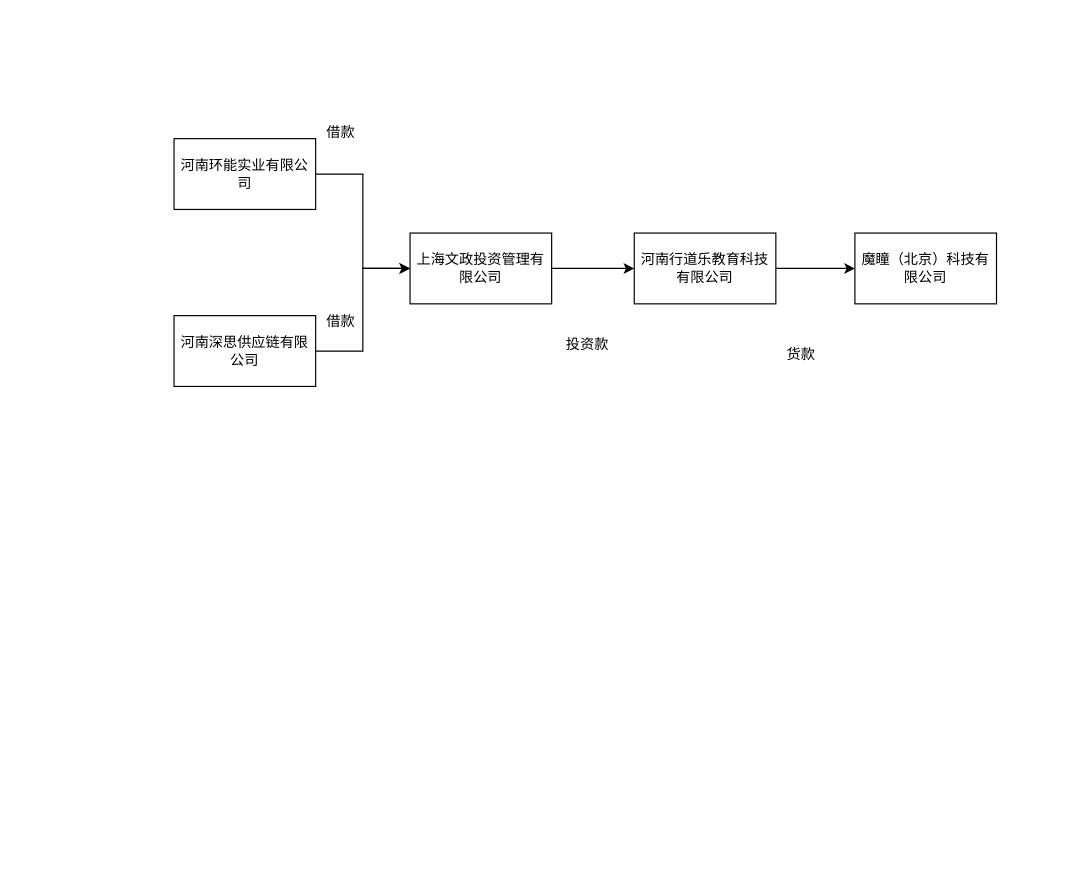
Above: 未命名绘图.drawio in yueyang2009/Chinese-law (draw.io), before the change. Source tidied: cells renumbered, new cells numbered last; positions are measured from the earlier drawing's top-left corner, leaving out a move shared by most shapes. Both pictures are drawn from the tidied source at 118%, with x=0, y=0 at pixel (173, 114).
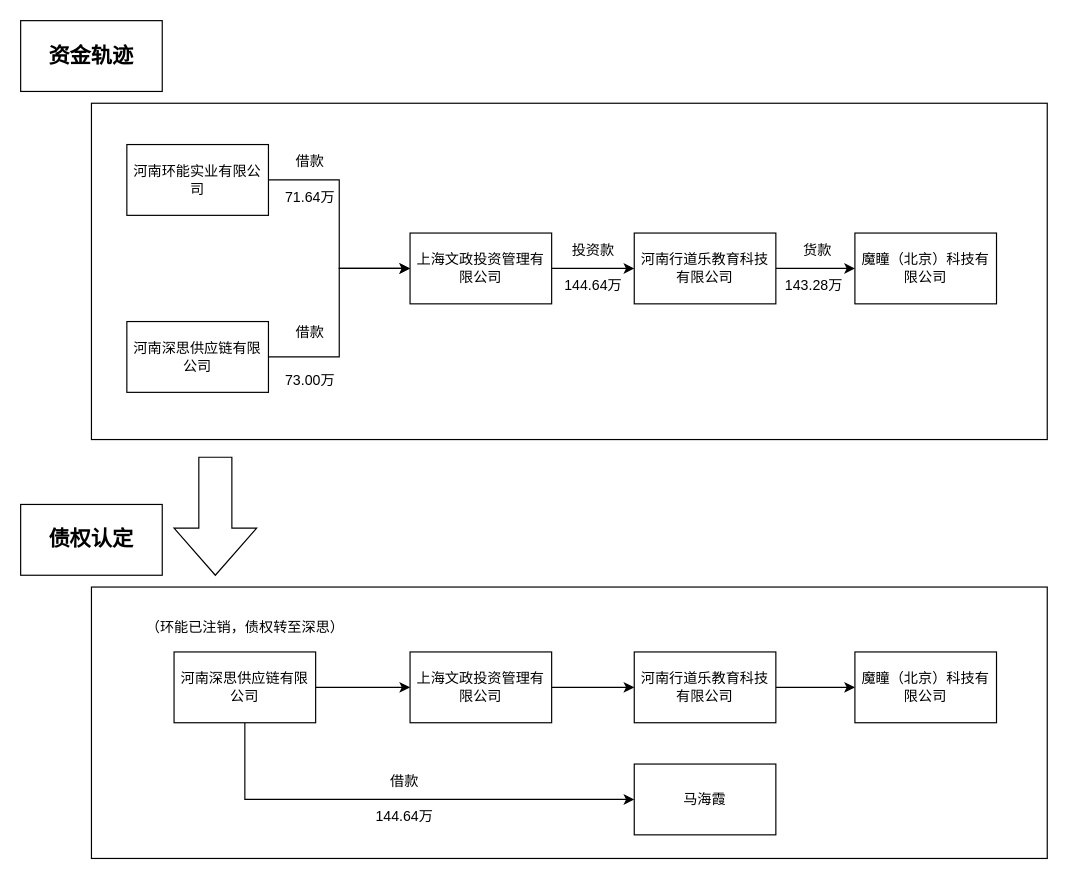
After the change.

Commit message (it also covers changes not shown here):
更新未命名绘图.drawio

Diff of the diagram source:
```diff
@@
+    <mxCell id="15" style="rounded=0;whiteSpace=wrap;html=1;" parent="1" vertex="1">
+      <mxGeometry x="-70" y="400" width="810" height="230" as="geometry" />
+    </mxCell>
+    <mxCell id="16" style="rounded=0;whiteSpace=wrap;html=1;" parent="1" vertex="1">
+      <mxGeometry x="-70" y="-10" width="810" height="285" as="geometry" />
+    </mxCell>
@@
-    <mxCell id="3" value="河南环能实业有限公司" style="rounded=0;whiteSpace=wrap;html=1;" parent="1" vertex="1">
-      <mxGeometry y="20" width="120" height="60" as="geometry" />
+    <mxCell id="3" value="河南环能实业有限公司&lt;br&gt;" style="rounded=0;whiteSpace=wrap;html=1;" parent="1" vertex="1">
+      <mxGeometry x="-40" y="25" width="120" height="60" as="geometry" />
     </mxCell>
@@
     <mxCell id="5" value="河南深思供应链有限公司" style="rounded=0;whiteSpace=wrap;html=1;" parent="1" vertex="1">
-      <mxGeometry y="170" width="120" height="60" as="geometry" />
+      <mxGeometry x="-40" y="175" width="120" height="60" as="geometry" />
     </mxCell>
@@
     <mxCell id="11" value="投资款" style="text;html=1;align=center;verticalAlign=middle;strokeColor=none;fillColor=none;" parent="1" vertex="1">
-      <mxGeometry x="320" y="180" width="60" height="30" as="geometry" />
+      <mxGeometry x="325" y="100" width="60" height="30" as="geometry" />
     </mxCell>
     <mxCell id="12" value="货款" style="text;html=1;align=center;verticalAlign=middle;strokeColor=none;fillColor=none;" parent="1" vertex="1">
-      <mxGeometry x="506" y="188" width="50" height="30" as="geometry" />
+      <mxGeometry x="520" y="100" width="50" height="30" as="geometry" />
     </mxCell>
     <mxCell id="13" value="借款" style="text;html=1;align=center;verticalAlign=middle;strokeColor=none;fillColor=none;" parent="1" vertex="1">
-      <mxGeometry x="116" y="160" width="50" height="30" as="geometry" />
+      <mxGeometry x="90" y="170" width="50" height="30" as="geometry" />
     </mxCell>
     <mxCell id="14" value="借款" style="text;html=1;align=center;verticalAlign=middle;strokeColor=none;fillColor=none;" parent="1" vertex="1">
-      <mxGeometry x="116" width="50" height="30" as="geometry" />
+      <mxGeometry x="90" y="25" width="50" height="30" as="geometry" />
     </mxCell>
+    <mxCell id="17" value="71.64万" style="text;html=1;align=center;verticalAlign=middle;strokeColor=none;fillColor=none;" parent="1" vertex="1">
+      <mxGeometry x="80" y="55" width="70" height="30" as="geometry" />
+    </mxCell>
+    <mxCell id="18" value="73.00万" style="text;html=1;align=center;verticalAlign=middle;strokeColor=none;fillColor=none;" parent="1" vertex="1">
+      <mxGeometry x="80" y="210" width="70" height="30" as="geometry" />
+    </mxCell>
+    <mxCell id="19" value="144.64万" style="text;html=1;align=center;verticalAlign=middle;strokeColor=none;fillColor=none;" parent="1" vertex="1">
+      <mxGeometry x="320" y="130" width="70" height="30" as="geometry" />
+    </mxCell>
+    <mxCell id="20" value="143.28万" style="text;html=1;align=center;verticalAlign=middle;strokeColor=none;fillColor=none;" parent="1" vertex="1">
+      <mxGeometry x="507" y="130" width="70" height="30" as="geometry" />
+    </mxCell>
+    <mxCell id="21" style="edgeStyle=orthogonalEdgeStyle;rounded=0;jettySize=auto;html=1;exitX=1;exitY=0.5;exitDx=0;exitDy=0;entryX=0;entryY=0.5;entryDx=0;entryDy=0;" parent="1" edge="1" source="23" target="25">
+      <mxGeometry relative="1" as="geometry" />
+    </mxCell>
+    <mxCell id="22" style="edgeStyle=orthogonalEdgeStyle;rounded=0;jettySize=auto;html=1;exitX=0.5;exitY=1;exitDx=0;exitDy=0;entryX=0;entryY=0.5;entryDx=0;entryDy=0;" parent="1" edge="1" source="23" target="34">
+      <mxGeometry relative="1" as="geometry" />
+    </mxCell>
+    <mxCell id="23" value="河南深思供应链有限公司" style="rounded=0;whiteSpace=wrap;html=1;" parent="1" vertex="1">
+      <mxGeometry y="455" width="120" height="60" as="geometry" />
+    </mxCell>
+    <mxCell id="24" style="edgeStyle=orthogonalEdgeStyle;rounded=0;jettySize=auto;html=1;exitX=1;exitY=0.5;exitDx=0;exitDy=0;entryX=0;entryY=0.5;entryDx=0;entryDy=0;" parent="1" edge="1" source="25" target="27">
+      <mxGeometry relative="1" as="geometry" />
+    </mxCell>
+    <mxCell id="25" value="上海文政投资管理有限公司" style="rounded=0;whiteSpace=wrap;html=1;" parent="1" vertex="1">
+      <mxGeometry x="200" y="455" width="120" height="60" as="geometry" />
+    </mxCell>
+    <mxCell id="26" style="edgeStyle=orthogonalEdgeStyle;rounded=0;jettySize=auto;html=1;exitX=1;exitY=0.5;exitDx=0;exitDy=0;entryX=0;entryY=0.5;entryDx=0;entryDy=0;" parent="1" edge="1" source="27" target="35">
+      <mxGeometry relative="1" as="geometry" />
+    </mxCell>
+    <mxCell id="27" value="河南行道乐教育科技有限公司" style="rounded=0;whiteSpace=wrap;html=1;" parent="1" vertex="1">
+      <mxGeometry x="390" y="455" width="120" height="60" as="geometry" />
+    </mxCell>
+    <mxCell id="28" value="借款" style="text;html=1;align=center;verticalAlign=middle;strokeColor=none;fillColor=none;" parent="1" vertex="1">
+      <mxGeometry x="170" y="550" width="50" height="30" as="geometry" />
+    </mxCell>
+    <mxCell id="29" value="144.64万" style="text;html=1;align=center;verticalAlign=middle;strokeColor=none;fillColor=none;" parent="1" vertex="1">
+      <mxGeometry x="160" y="580" width="70" height="30" as="geometry" />
+    </mxCell>
+    <mxCell id="30" style="html=1;shadow=0;dashed=0;align=center;verticalAlign=middle;shape=mxgraph.arrows2.arrow;dy=0.6;dx=40;direction=south;notch=0;" parent="1" vertex="1">
+      <mxGeometry y="290" width="70" height="100" as="geometry" />
+    </mxCell>
+    <mxCell id="31" value="&lt;b&gt;&lt;font style=&quot;font-size: 18px;&quot;&gt;资金轨迹&lt;/font&gt;&lt;/b&gt;" style="rounded=0;whiteSpace=wrap;html=1;" parent="1" vertex="1">
+      <mxGeometry x="-130" y="-80" width="120" height="60" as="geometry" />
+    </mxCell>
+    <mxCell id="32" value="&lt;b&gt;&lt;font style=&quot;font-size: 18px;&quot;&gt;债权认定&lt;/font&gt;&lt;/b&gt;" style="rounded=0;whiteSpace=wrap;html=1;" parent="1" vertex="1">
+      <mxGeometry x="-130" y="330" width="120" height="60" as="geometry" />
+    </mxCell>
+    <mxCell id="33" value="（环能已注销，债权转至深思）" style="text;html=1;align=center;verticalAlign=middle;strokeColor=none;fillColor=none;" parent="1" vertex="1">
+      <mxGeometry x="-35" y="420" width="190" height="30" as="geometry" />
+    </mxCell>
+    <mxCell id="34" value="马海霞" style="rounded=0;whiteSpace=wrap;html=1;" parent="1" vertex="1">
+      <mxGeometry x="390" y="550" width="120" height="60" as="geometry" />
+    </mxCell>
+    <mxCell id="35" value="魔瞳（北京）科技有限公司" style="rounded=0;whiteSpace=wrap;html=1;" parent="1" vertex="1">
+      <mxGeometry x="577" y="455" width="120" height="60" as="geometry" />
+    </mxCell>
```
